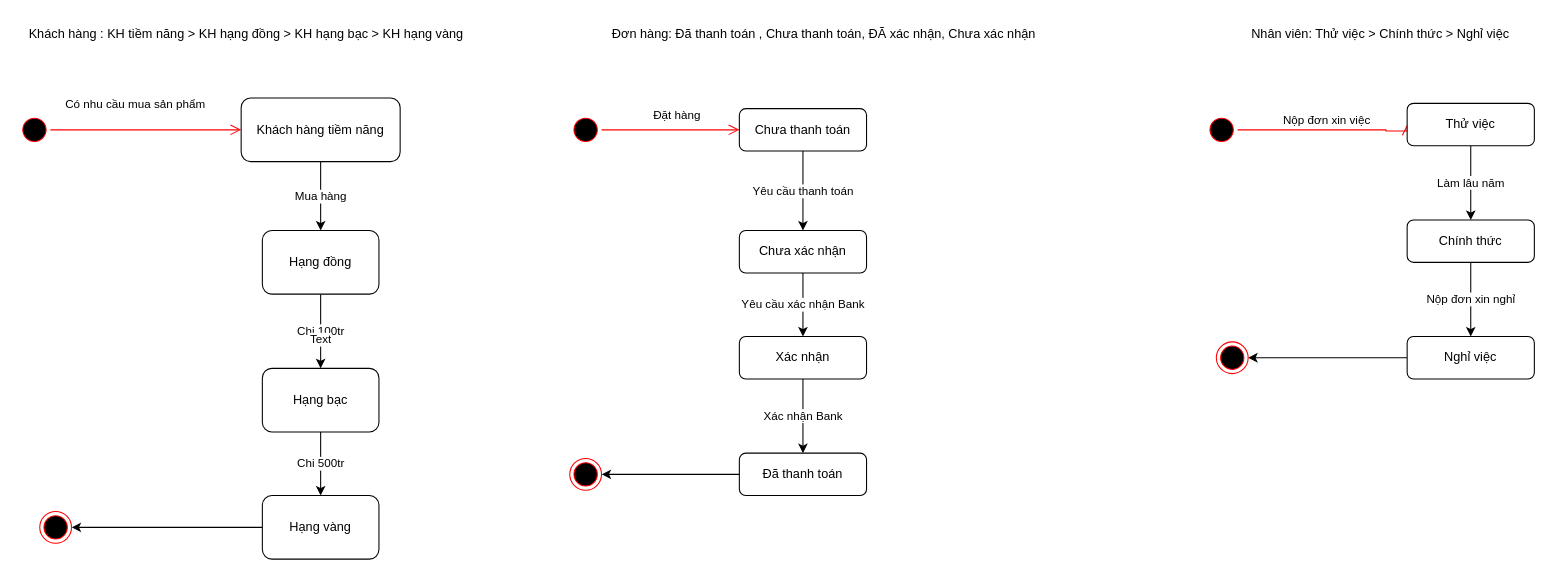
tranthihuong-753/test keeps this draw.io diagram as page "Biểu đồ trạng thái" (5 of 5) of CMC/Phân tích và thiết kế hệ thống/BÀI TẬP PHÂN TÍCH THIẾT KẾ HƯỚNG ĐỐI TƯỢNG.drawio. Above is the earlier version. Source tidied: cells renumbered, new cells numbered last; positions are measured from the earlier drawing's top-left corner, leaving out a move shared by most shapes. Both pictures are drawn from the tidied source at 106%, with x=0, y=0 at pixel (18, 18).
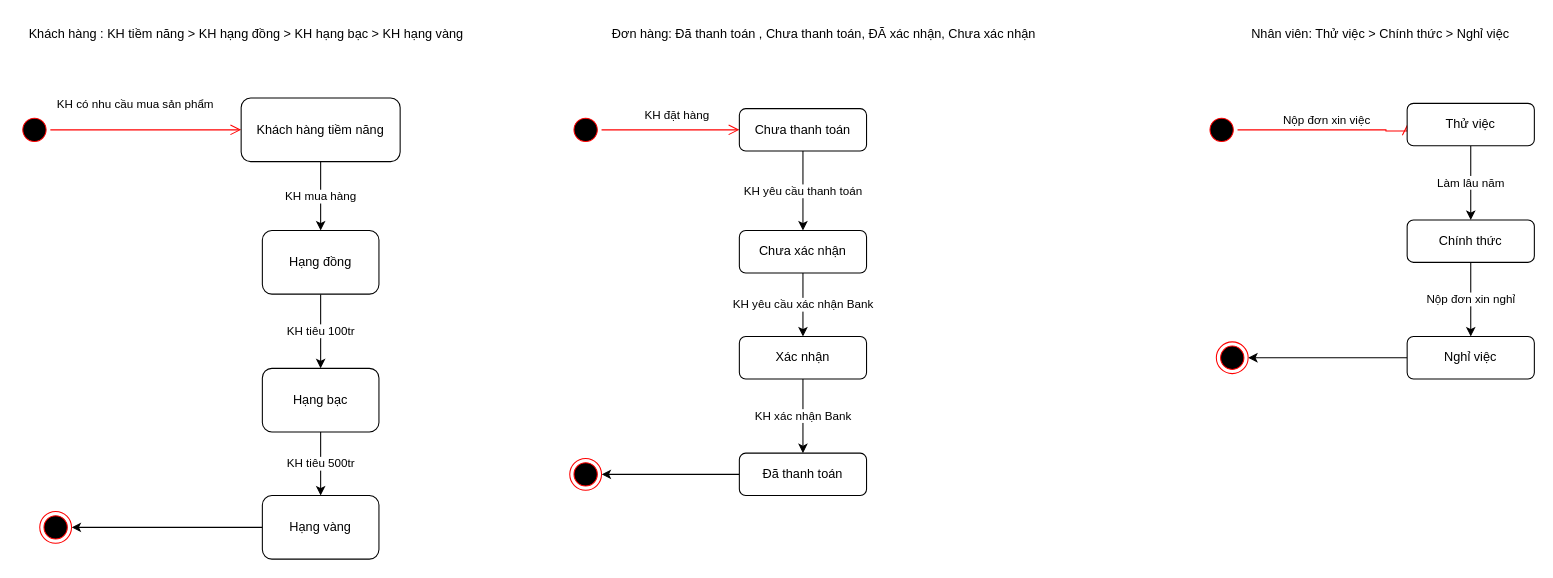
The same diagram, later.

Commit message:
Cập nhật BÀI TẬP PHÂN TÍCH THIẾT KẾ HƯỚNG ĐỐI TƯỢNG.drawio

The change refers to these unchanged cells:
```xml
<mxCell id="5" style="ellipse;html=1;shape=startState;fillColor=#000000;strokeColor=#ff0000;" parent="1" vertex="1">
  <mxGeometry y="90" width="30" height="30" as="geometry" />
</mxCell>
<mxCell id="8" value="Khách hàng tiềm năng" style="rounded=1;whiteSpace=wrap;html=1;" parent="1" vertex="1">
  <mxGeometry x="210" y="75" width="150" height="60" as="geometry" />
</mxCell>
<mxCell id="11" value="Hạng đồng" style="rounded=1;whiteSpace=wrap;html=1;" parent="1" vertex="1">
  <mxGeometry x="230" y="200" width="110" height="60" as="geometry" />
</mxCell>
<mxCell id="13" value="Hạng bạc" style="rounded=1;whiteSpace=wrap;html=1;" parent="1" vertex="1">
  <mxGeometry x="230" y="330" width="110" height="60" as="geometry" />
</mxCell>
<mxCell id="15" value="Hạng vàng" style="rounded=1;whiteSpace=wrap;html=1;" parent="1" vertex="1">
  <mxGeometry x="230" y="450" width="110" height="60" as="geometry" />
</mxCell>
<mxCell id="18" style="edgeStyle=orthogonalEdgeStyle;html=1;verticalAlign=bottom;endArrow=open;endSize=8;strokeColor=#ff0000;rounded=0;entryX=0;entryY=0.5;entryDx=0;entryDy=0;" parent="1" edge="1" source="17" target="21">
  <mxGeometry relative="1" as="geometry" />
</mxCell>
<mxCell id="21" value="Chưa thanh toán" style="rounded=1;whiteSpace=wrap;html=1;" parent="1" vertex="1">
  <mxGeometry x="680" y="85" width="120" height="40" as="geometry" />
</mxCell>
<mxCell id="23" value="Chưa xác nhận" style="rounded=1;whiteSpace=wrap;html=1;" parent="1" vertex="1">
  <mxGeometry x="680" y="200" width="120" height="40" as="geometry" />
</mxCell>
<mxCell id="25" value="Xác nhận" style="rounded=1;whiteSpace=wrap;html=1;" parent="1" vertex="1">
  <mxGeometry x="680" y="300" width="120" height="40" as="geometry" />
</mxCell>
<mxCell id="27" value="Đã thanh toán" style="rounded=1;whiteSpace=wrap;html=1;" parent="1" vertex="1">
  <mxGeometry x="680" y="410" width="120" height="40" as="geometry" />
</mxCell>
```

The edit, as a diff of the source:
```diff
@@
-    <mxCell id="6" value="Có nhu cầu mua sản phẩm" style="edgeStyle=orthogonalEdgeStyle;html=1;verticalAlign=bottom;endArrow=open;endSize=8;strokeColor=#ff0000;rounded=0;entryX=0;entryY=0.5;entryDx=0;entryDy=0;" parent="1" edge="1" source="5" target="8">
+    <mxCell id="6" value="KH có nhu cầu mua sản phẩm" style="edgeStyle=orthogonalEdgeStyle;html=1;verticalAlign=bottom;endArrow=open;endSize=8;strokeColor=#ff0000;rounded=0;entryX=0;entryY=0.5;entryDx=0;entryDy=0;" parent="1" edge="1" source="5" target="8">
       <mxGeometry x="-0.11" y="15" relative="1" as="geometry" />
     </mxCell>
-    <mxCell id="7" value="Mua hàng" style="edgeStyle=orthogonalEdgeStyle;rounded=0;jettySize=auto;html=1;exitX=0.5;exitY=1;exitDx=0;exitDy=0;" parent="1" edge="1" source="8" target="11">
+    <mxCell id="7" value="KH mua hàng" style="edgeStyle=orthogonalEdgeStyle;rounded=0;jettySize=auto;html=1;exitX=0.5;exitY=1;exitDx=0;exitDy=0;" parent="1" edge="1" source="8" target="11">
       <mxGeometry relative="1" as="geometry" />
     </mxCell>
@@
-    <mxCell id="9" value="Chi 100tr" style="edgeStyle=orthogonalEdgeStyle;rounded=0;jettySize=auto;html=1;exitX=0.5;exitY=1;exitDx=0;exitDy=0;entryX=0.5;entryY=0;entryDx=0;entryDy=0;" parent="1" edge="1" source="11" target="13">
+    <mxCell id="9" value="KH tiêu 100tr" style="edgeStyle=orthogonalEdgeStyle;rounded=0;jettySize=auto;html=1;exitX=0.5;exitY=1;exitDx=0;exitDy=0;entryX=0.5;entryY=0;entryDx=0;entryDy=0;" parent="1" edge="1" source="11" target="13">
       <mxGeometry relative="1" as="geometry" />
     </mxCell>
-    <mxCell id="10" value="Text" style="edgeLabel;html=1;align=center;verticalAlign=middle;" parent="9" vertex="1">
-      <mxGeometry x="0.21" y="-1" relative="1" as="geometry" />
-    </mxCell>
@@
-    <mxCell id="12" value="Chi 500tr" style="edgeStyle=orthogonalEdgeStyle;rounded=0;jettySize=auto;html=1;exitX=0.5;exitY=1;exitDx=0;exitDy=0;entryX=0.5;entryY=0;entryDx=0;entryDy=0;" parent="1" edge="1" source="13" target="15">
+    <mxCell id="12" value="KH tiêu 500tr" style="edgeStyle=orthogonalEdgeStyle;rounded=0;jettySize=auto;html=1;exitX=0.5;exitY=1;exitDx=0;exitDy=0;entryX=0.5;entryY=0;entryDx=0;entryDy=0;" parent="1" edge="1" source="13" target="15">
       <mxGeometry relative="1" as="geometry" />
     </mxCell>
@@
-    <mxCell id="19" value="Đặt hàng" style="edgeLabel;html=1;align=center;verticalAlign=middle;" parent="18" vertex="1">
+    <mxCell id="19" value="KH đặt hàng" style="edgeLabel;html=1;align=center;verticalAlign=middle;" parent="18" vertex="1">
       <mxGeometry x="0.08" y="-1" relative="1" as="geometry">
         <mxPoint y="-16" as="offset" />
       </mxGeometry>
     </mxCell>
-    <mxCell id="20" value="Yêu cầu thanh toán" style="edgeStyle=orthogonalEdgeStyle;rounded=0;jettySize=auto;html=1;exitX=0.5;exitY=1;exitDx=0;exitDy=0;entryX=0.5;entryY=0;entryDx=0;entryDy=0;" parent="1" edge="1" source="21" target="23">
+    <mxCell id="20" value="KH yêu cầu thanh toán" style="edgeStyle=orthogonalEdgeStyle;rounded=0;jettySize=auto;html=1;exitX=0.5;exitY=1;exitDx=0;exitDy=0;entryX=0.5;entryY=0;entryDx=0;entryDy=0;" parent="1" edge="1" source="21" target="23">
       <mxGeometry relative="1" as="geometry" />
     </mxCell>
@@
-    <mxCell id="22" value="Yêu cầu xác nhận Bank" style="edgeStyle=orthogonalEdgeStyle;rounded=0;jettySize=auto;html=1;exitX=0.5;exitY=1;exitDx=0;exitDy=0;entryX=0.5;entryY=0;entryDx=0;entryDy=0;" parent="1" edge="1" source="23" target="25">
+    <mxCell id="22" value="KH yêu cầu xác nhận Bank" style="edgeStyle=orthogonalEdgeStyle;rounded=0;jettySize=auto;html=1;exitX=0.5;exitY=1;exitDx=0;exitDy=0;entryX=0.5;entryY=0;entryDx=0;entryDy=0;" parent="1" edge="1" source="23" target="25">
       <mxGeometry relative="1" as="geometry" />
     </mxCell>
@@
-    <mxCell id="24" value="Xác nhận Bank" style="edgeStyle=orthogonalEdgeStyle;rounded=0;jettySize=auto;html=1;exitX=0.5;exitY=1;exitDx=0;exitDy=0;entryX=0.5;entryY=0;entryDx=0;entryDy=0;" parent="1" edge="1" source="25" target="27">
+    <mxCell id="24" value="KH xác nhận Bank" style="edgeStyle=orthogonalEdgeStyle;rounded=0;jettySize=auto;html=1;exitX=0.5;exitY=1;exitDx=0;exitDy=0;entryX=0.5;entryY=0;entryDx=0;entryDy=0;" parent="1" edge="1" source="25" target="27">
       <mxGeometry relative="1" as="geometry" />
     </mxCell>
```
